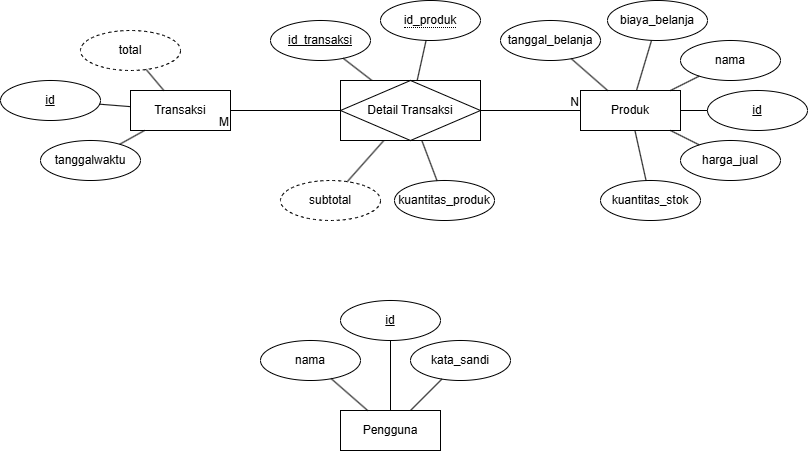
The draw.io diagram src/main/resources/diagrams/db_warunq.drawio.png in James1Aurora/WarunQ, before a commit. Source tidied: cells renumbered, new cells last; positions are measured from the earlier drawing's top-left corner, leaving out a move shared by most shapes.
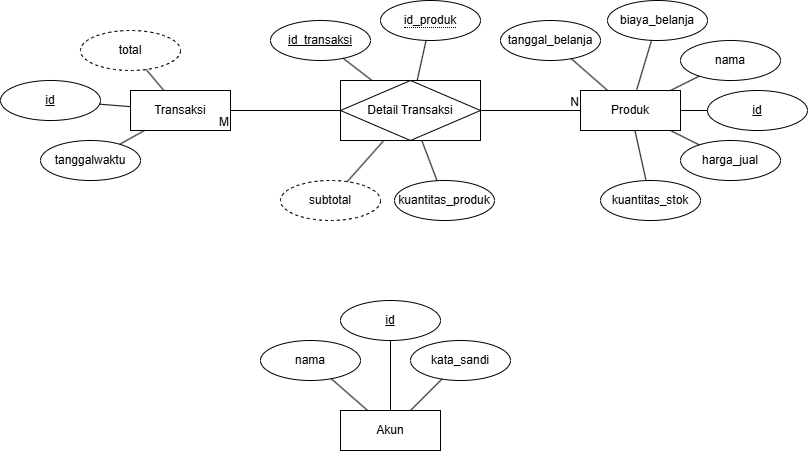
After the commit.

The edit, as a diff of the source:
```diff
@@ -106,7 +106,7 @@
     <mxCell id="35" value="id" style="ellipse;whiteSpace=wrap;html=1;align=center;fontStyle=4;" parent="1" vertex="1">
       <mxGeometry x="340" y="300" width="100" height="40" as="geometry" />
     </mxCell>
-    <mxCell id="36" value="Pengguna" style="whiteSpace=wrap;html=1;align=center;" parent="1" vertex="1">
+    <mxCell id="36" value="Akun" style="whiteSpace=wrap;html=1;align=center;" parent="1" vertex="1">
       <mxGeometry x="340" y="410" width="100" height="40" as="geometry" />
     </mxCell>
     <mxCell id="37" style="endArrow=none;html=1;rounded=0;" parent="1" edge="1" source="36" target="35">
```
